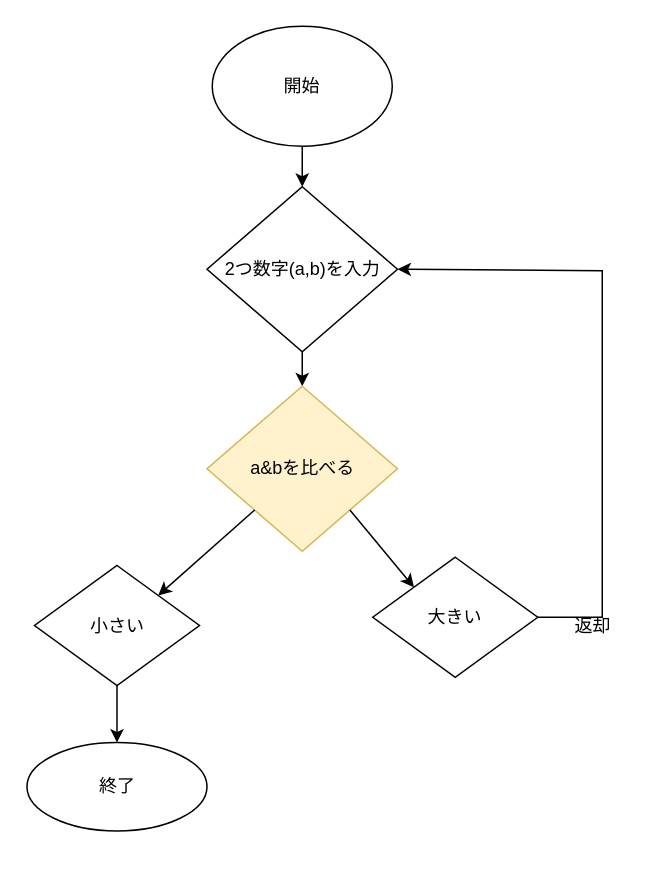
Earlier version of the draw.io diagram Untitled Diagram.drawio (HanyuC2019/flowchart). Source tidied: cells renumbered, new cells numbered last; positions are measured from the earlier drawing's top-left corner, leaving out a move shared by most shapes. Both pictures are drawn from the tidied source at 150%, with x=0, y=0 at pixel (26, 26).
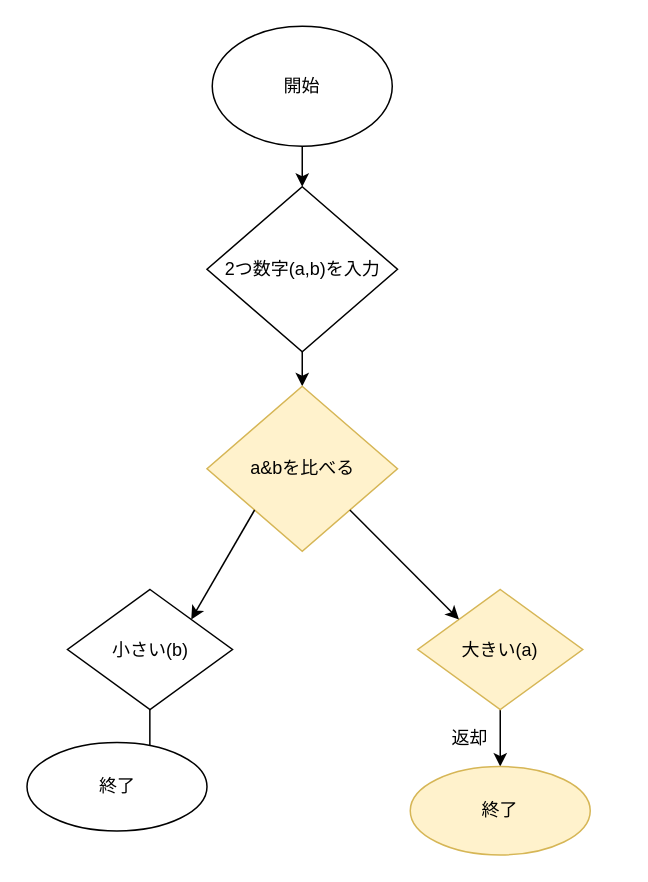
The same diagram, later.

What changed in the source:
```diff
@@
 <mxGraphModel>
   <root>
     <mxCell id="0" />
     <mxCell id="1" parent="0" />
     <mxCell id="2" value="開始" style="ellipse;whiteSpace=wrap;html=1;" parent="1" vertex="1">
       <mxGeometry x="124" width="120" height="80" as="geometry" />
     </mxCell>
     <mxCell id="3" style="edgeStyle=orthogonalEdgeStyle;rounded=0;jettySize=auto;html=1;" parent="1" edge="1" source="7" target="4">
       <mxGeometry relative="1" as="geometry" />
     </mxCell>
     <mxCell id="4" value="a&amp;amp;bを比べる" style="rhombus;whiteSpace=wrap;html=1;fillColor=#fff2cc;strokeColor=#d6b656;" parent="1" vertex="1">
       <mxGeometry x="120.5" y="240" width="127" height="110" as="geometry" />
     </mxCell>
-    <mxCell id="5" style="edgeStyle=orthogonalEdgeStyle;rounded=0;jettySize=auto;html=1;entryX=1;entryY=0.5;entryDx=0;entryDy=0;exitX=1;exitY=0.5;exitDx=0;exitDy=0;" parent="1" edge="1" source="13" target="7">
-      <mxGeometry relative="1" as="geometry">
-        <Array as="points">
-          <mxPoint x="384" y="394" />
-          <mxPoint x="384" y="163" />
-        </Array>
-      </mxGeometry>
-    </mxCell>
-    <mxCell id="6" style="edgeStyle=orthogonalEdgeStyle;rounded=0;jettySize=auto;html=1;entryX=0.5;entryY=0;entryDx=0;entryDy=0;" parent="1" edge="1" target="10">
+    <mxCell id="6" style="edgeStyle=orthogonalEdgeStyle;rounded=0;orthogonalLoop=1;jettySize=auto;html=1;entryX=0.5;entryY=0;entryDx=0;entryDy=0;" parent="1" edge="1">
       <mxGeometry relative="1" as="geometry">
-        <mxPoint x="60.5" y="439.6" as="sourcePoint" />
+        <mxPoint x="65.5" y="439.6" as="sourcePoint" />
+        <mxPoint x="82.4" y="493.1" as="targetPoint" />
+        <Array as="points">
+          <mxPoint x="82" y="439" />
+        </Array>
       </mxGeometry>
     </mxCell>
     <mxCell id="7" value="2つ数字(a,b)を入力" style="rhombus;whiteSpace=wrap;html=1;" parent="1" vertex="1">
       <mxGeometry x="120.5" y="107" width="127" height="110" as="geometry" />
     </mxCell>
     <mxCell id="8" style="edgeStyle=orthogonalEdgeStyle;rounded=0;jettySize=auto;html=1;" parent="1" edge="1" source="2" target="7">
       <mxGeometry relative="1" as="geometry" />
     </mxCell>
     <mxCell id="9" value="返却" style="text;html=1;strokeColor=none;fillColor=none;align=center;verticalAlign=middle;whiteSpace=wrap;rounded=0;" parent="1" vertex="1">
-      <mxGeometry x="358" y="390" width="40" height="20" as="geometry" />
+      <mxGeometry x="276" y="464.5" width="40" height="20" as="geometry" />
     </mxCell>
     <mxCell id="10" value="終了" style="ellipse;whiteSpace=wrap;html=1;" parent="1" vertex="1">
       <mxGeometry x="0.5" y="477.5" width="120" height="59" as="geometry" />
     </mxCell>
-    <mxCell id="11" value="小さい" style="rhombus;whiteSpace=wrap;html=1;" parent="1" vertex="1">
-      <mxGeometry x="5.5" y="359.5" width="110" height="80" as="geometry" />
+    <mxCell id="11" value="小さい(b)" style="rhombus;whiteSpace=wrap;html=1;" parent="1" vertex="1">
+      <mxGeometry x="27.5" y="375.5" width="110" height="80" as="geometry" />
     </mxCell>
     <mxCell id="12" style="endArrow=classic;html=1;entryX=1;entryY=0;entryDx=0;entryDy=0;exitX=0;exitY=1;exitDx=0;exitDy=0;" parent="1" edge="1" source="4" target="11">
       <mxGeometry relative="1" as="geometry" />
     </mxCell>
+    <mxCell id="15" style="edgeStyle=orthogonalEdgeStyle;rounded=0;jettySize=auto;html=1;entryX=0.5;entryY=0;entryDx=0;entryDy=0;" parent="1" edge="1" source="13" target="16">
+      <mxGeometry relative="1" as="geometry" />
+    </mxCell>
-    <mxCell id="13" value="大きい" style="rhombus;whiteSpace=wrap;html=1;" parent="1" vertex="1">
-      <mxGeometry x="231" y="354" width="110" height="80" as="geometry" />
+    <mxCell id="13" value="大きい(a)" style="rhombus;whiteSpace=wrap;html=1;fillColor=#fff2cc;strokeColor=#d6b656;" parent="1" vertex="1">
+      <mxGeometry x="261" y="375.5" width="110" height="80" as="geometry" />
     </mxCell>
     <mxCell id="14" style="endArrow=classic;html=1;exitX=1;exitY=1;exitDx=0;exitDy=0;entryX=0;entryY=0;entryDx=0;entryDy=0;" parent="1" edge="1" source="4" target="13">
       <mxGeometry relative="1" as="geometry" />
     </mxCell>
+    <mxCell id="16" value="終了" style="ellipse;whiteSpace=wrap;html=1;fillColor=#fff2cc;strokeColor=#d6b656;" parent="1" vertex="1">
+      <mxGeometry x="256" y="493.5" width="120" height="59" as="geometry" />
+    </mxCell>
   </root>
 </mxGraphModel>
```
